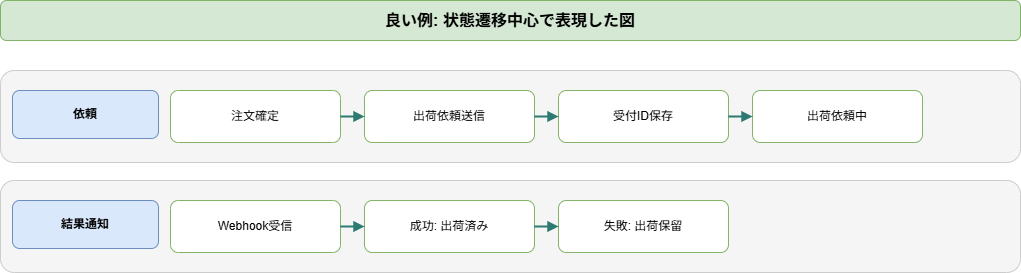
kaku3/workbooks keeps this draw.io diagram as docs/zukai-drill/data/diagrams/easy-shipping-api_good-diagram.drawio.png. Above is the earlier version. Source tidied: cells renumbered, new cells last; positions are measured from the earlier drawing's top-left corner, leaving out a move shared by most shapes. Its diagram source:
```xml
<mxGraphModel>
  <root>
    <mxCell id="0" />
    <mxCell id="1" parent="0" />
    <mxCell id="2" value="良い例: 状態遷移中心で表現した図" style="rounded=1;whiteSpace=wrap;html=1;fillColor=#d5e8d4;strokeColor=#82b366;fontSize=16;fontStyle=1;" parent="1" vertex="1">
      <mxGeometry width="1020" height="40" as="geometry" />
    </mxCell>
    <mxCell id="3" style="rounded=1;whiteSpace=wrap;html=1;fillColor=#f5f5f5;strokeColor=#cccccc;" parent="1" vertex="1">
      <mxGeometry y="70" width="1020" height="92" as="geometry" />
    </mxCell>
    <mxCell id="4" value="依頼" style="rounded=1;whiteSpace=wrap;html=1;fillColor=#dae8fc;strokeColor=#6c8ebf;fontStyle=1;" parent="1" vertex="1">
      <mxGeometry x="12" y="90" width="146" height="48" as="geometry" />
    </mxCell>
    <mxCell id="5" value="注文確定" style="rounded=1;whiteSpace=wrap;html=1;fillColor=#ffffff;strokeColor=#82b366;" parent="1" vertex="1">
      <mxGeometry x="170" y="90" width="170" height="52" as="geometry" />
    </mxCell>
    <mxCell id="6" value="出荷依頼送信" style="rounded=1;whiteSpace=wrap;html=1;fillColor=#ffffff;strokeColor=#82b366;" parent="1" vertex="1">
      <mxGeometry x="364" y="90" width="170" height="52" as="geometry" />
    </mxCell>
    <mxCell id="7" style="endArrow=block;html=1;rounded=0;strokeColor=#2d7a72;strokeWidth=2;" parent="1" edge="1" source="5" target="6">
      <mxGeometry relative="1" as="geometry" />
    </mxCell>
    <mxCell id="8" value="受付ID保存" style="rounded=1;whiteSpace=wrap;html=1;fillColor=#ffffff;strokeColor=#82b366;" parent="1" vertex="1">
      <mxGeometry x="558" y="90" width="170" height="52" as="geometry" />
    </mxCell>
    <mxCell id="9" style="endArrow=block;html=1;rounded=0;strokeColor=#2d7a72;strokeWidth=2;" parent="1" edge="1" source="6" target="8">
      <mxGeometry relative="1" as="geometry" />
    </mxCell>
    <mxCell id="10" value="出荷依頼中" style="rounded=1;whiteSpace=wrap;html=1;fillColor=#ffffff;strokeColor=#82b366;" parent="1" vertex="1">
      <mxGeometry x="752" y="90" width="170" height="52" as="geometry" />
    </mxCell>
    <mxCell id="11" style="endArrow=block;html=1;rounded=0;strokeColor=#2d7a72;strokeWidth=2;" parent="1" edge="1" source="8" target="10">
      <mxGeometry relative="1" as="geometry" />
    </mxCell>
    <mxCell id="12" style="rounded=1;whiteSpace=wrap;html=1;fillColor=#f5f5f5;strokeColor=#cccccc;" parent="1" vertex="1">
      <mxGeometry y="180" width="1020" height="92" as="geometry" />
    </mxCell>
    <mxCell id="13" value="結果通知" style="rounded=1;whiteSpace=wrap;html=1;fillColor=#dae8fc;strokeColor=#6c8ebf;fontStyle=1;" parent="1" vertex="1">
      <mxGeometry x="12" y="200" width="146" height="48" as="geometry" />
    </mxCell>
    <mxCell id="14" value="Webhook受信" style="rounded=1;whiteSpace=wrap;html=1;fillColor=#ffffff;strokeColor=#82b366;" parent="1" vertex="1">
      <mxGeometry x="170" y="200" width="170" height="52" as="geometry" />
    </mxCell>
    <mxCell id="15" value="成功: 出荷済み" style="rounded=1;whiteSpace=wrap;html=1;fillColor=#ffffff;strokeColor=#82b366;" parent="1" vertex="1">
      <mxGeometry x="364" y="200" width="170" height="52" as="geometry" />
    </mxCell>
    <mxCell id="16" style="endArrow=block;html=1;rounded=0;strokeColor=#2d7a72;strokeWidth=2;" parent="1" edge="1" source="14" target="15">
      <mxGeometry relative="1" as="geometry" />
    </mxCell>
    <mxCell id="17" value="失敗: 出荷保留" style="rounded=1;whiteSpace=wrap;html=1;fillColor=#ffffff;strokeColor=#82b366;" parent="1" vertex="1">
      <mxGeometry x="558" y="200" width="170" height="52" as="geometry" />
    </mxCell>
    <mxCell id="18" style="endArrow=block;html=1;rounded=0;strokeColor=#2d7a72;strokeWidth=2;" parent="1" edge="1" source="15" target="17">
      <mxGeometry relative="1" as="geometry" />
    </mxCell>
  </root>
</mxGraphModel>
```
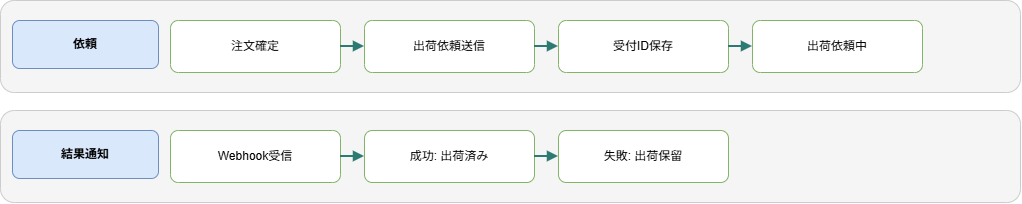
Later version of the same file.

What changed in the source:
```diff
@@ -2,9 +2,6 @@
   <root>
     <mxCell id="0" />
     <mxCell id="1" parent="0" />
-    <mxCell id="2" value="良い例: 状態遷移中心で表現した図" style="rounded=1;whiteSpace=wrap;html=1;fillColor=#d5e8d4;strokeColor=#82b366;fontSize=16;fontStyle=1;" parent="1" vertex="1">
-      <mxGeometry width="1020" height="40" as="geometry" />
-    </mxCell>
     <mxCell id="3" style="rounded=1;whiteSpace=wrap;html=1;fillColor=#f5f5f5;strokeColor=#cccccc;" parent="1" vertex="1">
       <mxGeometry y="70" width="1020" height="92" as="geometry" />
     </mxCell>
```
